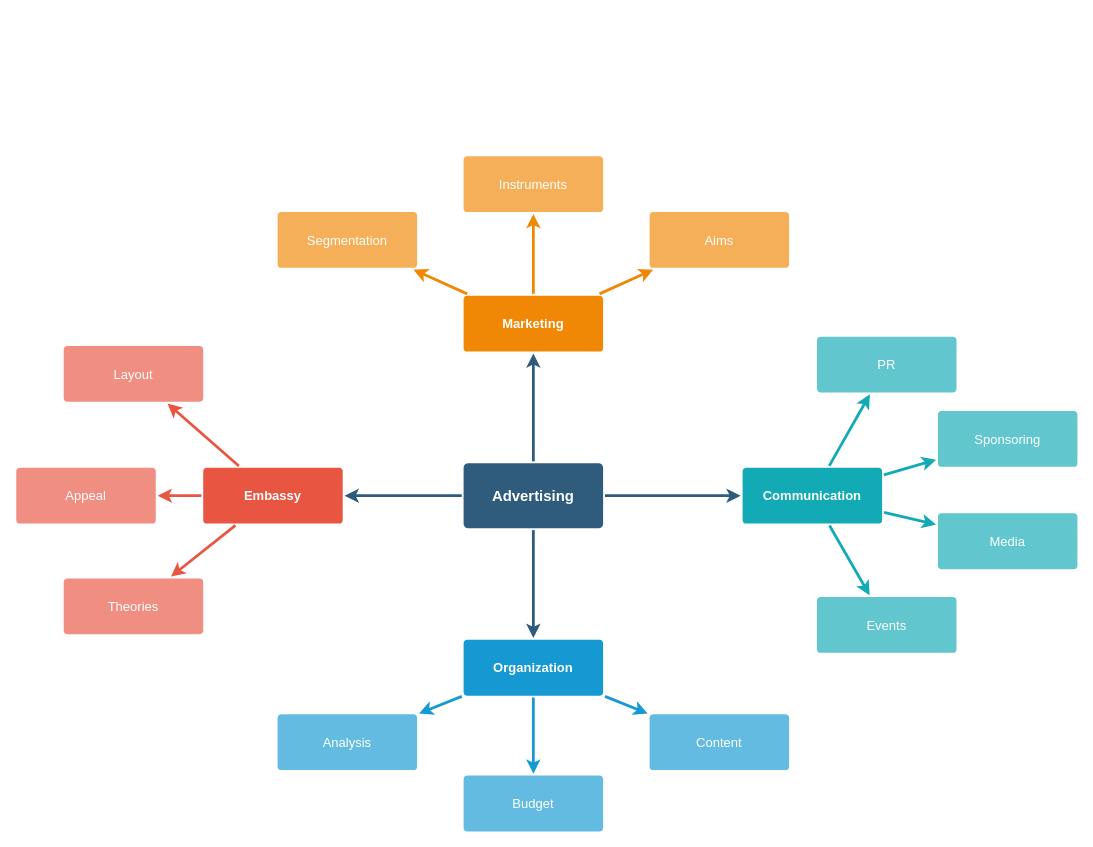
Above: Untitled Diagram.drawio in manisharj/datafiles (draw.io), before the change. Source tidied: cells renumbered, new cells numbered last; positions are measured from the earlier drawing's top-left corner, leaving out a move shared by most shapes. Both pictures are drawn from the tidied source at 93%, with x=0, y=0 at pixel (16, 155).
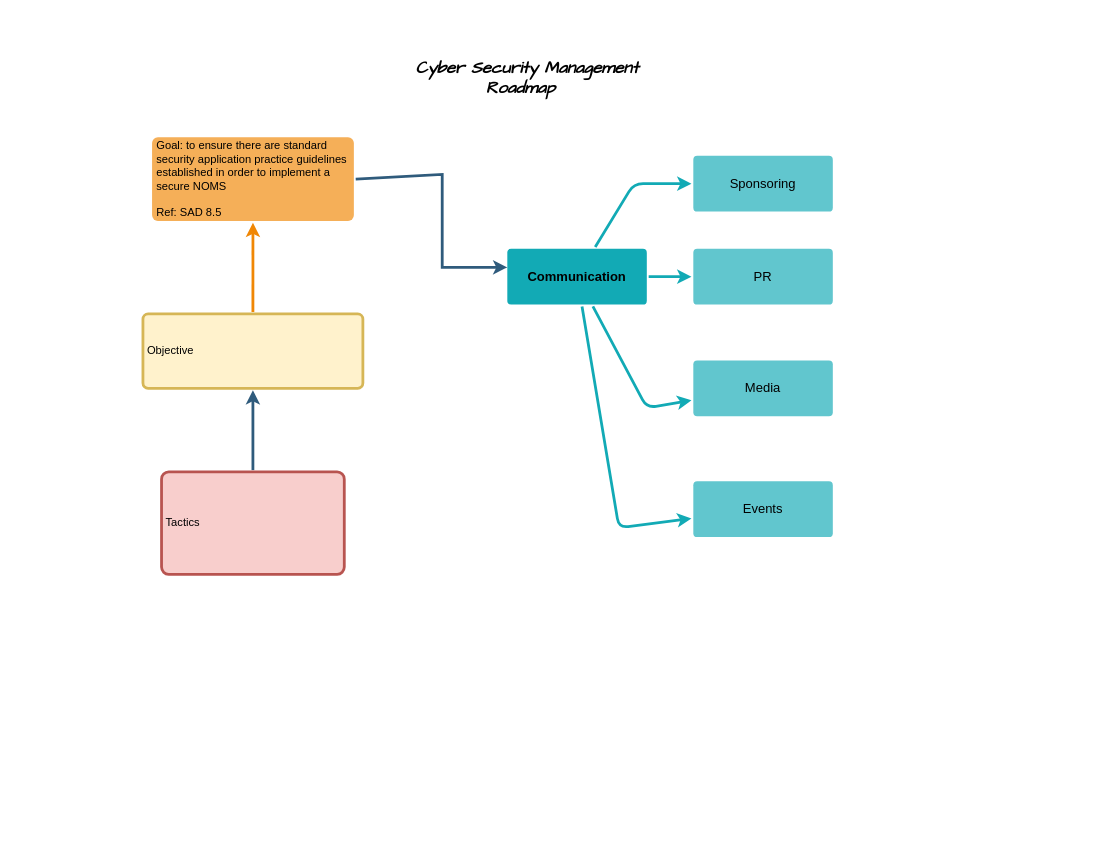
The same diagram, later.

Change to the diagram source:
```diff
@@
-    <mxCell id="3" style="edgeStyle=none;rounded=0;jumpStyle=none;html=1;shadow=0;labelBackgroundColor=none;startArrow=none;startFill=0;endArrow=classic;endFill=1;jettySize=auto;strokeColor=#2F5B7C;strokeWidth=3;fontFamily=Helvetica;fontSize=16;fontColor=#23445D;spacing=5;" parent="1" edge="1" source="6" target="28">
-      <mxGeometry relative="1" as="geometry" />
+    <mxCell id="3" style="edgeStyle=none;rounded=0;jumpStyle=none;html=1;shadow=0;labelBackgroundColor=none;startArrow=none;startFill=0;endArrow=classic;endFill=1;jettySize=auto;strokeColor=#2F5B7C;strokeWidth=3;fontFamily=Helvetica;fontSize=16;fontColor=#23445D;spacing=5;exitX=1;exitY=0.5;exitDx=0;exitDy=0;" parent="1" edge="1" source="24">
+      <mxGeometry relative="1" as="geometry">
+        <mxPoint x="528" y="120" as="targetPoint" />
+        <Array as="points">
+          <mxPoint x="458" y="20" />
+          <mxPoint x="458" y="120" />
+        </Array>
+      </mxGeometry>
     </mxCell>
-    <mxCell id="4" style="edgeStyle=none;rounded=0;jumpStyle=none;html=1;shadow=0;labelBackgroundColor=none;startArrow=none;startFill=0;endArrow=classic;endFill=1;jettySize=auto;strokeColor=#2F5B7C;strokeWidth=3;fontFamily=Helvetica;fontSize=16;fontColor=#23445D;spacing=5;" parent="1" edge="1" source="6" target="17">
-      <mxGeometry relative="1" as="geometry" />
-    </mxCell>
-    <mxCell id="5" style="edgeStyle=none;rounded=0;jumpStyle=none;html=1;shadow=0;labelBackgroundColor=none;startArrow=none;startFill=0;endArrow=classic;endFill=1;jettySize=auto;strokeColor=#2F5B7C;strokeWidth=3;fontFamily=Helvetica;fontSize=16;fontColor=#23445D;spacing=5;" parent="1" edge="1" source="6" target="10">
-      <mxGeometry relative="1" as="geometry" />
-    </mxCell>
-    <mxCell id="6" value="Advertising" style="rounded=1;whiteSpace=wrap;html=1;shadow=0;labelBackgroundColor=none;strokeColor=none;strokeWidth=3;fillColor=#2F5B7C;fontFamily=Helvetica;fontSize=16;fontColor=#FFFFFF;align=center;fontStyle=1;spacing=5;arcSize=7;perimeterSpacing=2;" parent="1" vertex="1">
-      <mxGeometry x="481" y="330.5" width="150" height="70" as="geometry" />
+    <mxCell id="6" value="Tactics" style="rounded=1;whiteSpace=wrap;html=1;shadow=0;labelBackgroundColor=none;strokeColor=#b85450;strokeWidth=3;fillColor=#f8cecc;fontFamily=Helvetica;fontSize=12;align=left;fontStyle=0;spacing=5;arcSize=7;perimeterSpacing=2;" parent="1" vertex="1">
+      <mxGeometry x="156.2" y="340" width="196.5" height="110" as="geometry" />
     </mxCell>
-    <mxCell id="7" style="edgeStyle=none;rounded=1;jumpStyle=none;html=1;shadow=0;labelBackgroundColor=none;startArrow=none;startFill=0;jettySize=auto;strokeColor=#E85642;strokeWidth=3;fontFamily=Helvetica;fontSize=14;fontColor=#FFFFFF;spacing=5;fontStyle=1;fillColor=#b0e3e6;" parent="1" edge="1" source="10" target="13">
-      <mxGeometry relative="1" as="geometry" />
-    </mxCell>
-    <mxCell id="8" style="edgeStyle=none;rounded=1;jumpStyle=none;html=1;shadow=0;labelBackgroundColor=none;startArrow=none;startFill=0;jettySize=auto;strokeColor=#E85642;strokeWidth=3;fontFamily=Helvetica;fontSize=14;fontColor=#FFFFFF;spacing=5;fontStyle=1;fillColor=#b0e3e6;" parent="1" edge="1" source="10" target="12">
-      <mxGeometry relative="1" as="geometry" />
-    </mxCell>
-    <mxCell id="9" style="edgeStyle=none;rounded=1;jumpStyle=none;html=1;shadow=0;labelBackgroundColor=none;startArrow=none;startFill=0;jettySize=auto;strokeColor=#E85642;strokeWidth=3;fontFamily=Helvetica;fontSize=14;fontColor=#FFFFFF;spacing=5;fontStyle=1;fillColor=#b0e3e6;" parent="1" edge="1" source="10" target="11">
-      <mxGeometry relative="1" as="geometry" />
-    </mxCell>
-    <mxCell id="10" value="Embassy" style="rounded=1;whiteSpace=wrap;html=1;shadow=0;labelBackgroundColor=none;strokeColor=none;strokeWidth=3;fillColor=#e85642;fontFamily=Helvetica;fontSize=14;fontColor=#FFFFFF;align=center;spacing=5;fontStyle=1;arcSize=7;perimeterSpacing=2;" parent="1" vertex="1">
-      <mxGeometry x="201" y="335.5" width="150" height="60" as="geometry" />
-    </mxCell>
-    <mxCell id="11" value="Theories" style="rounded=1;whiteSpace=wrap;html=1;shadow=0;labelBackgroundColor=none;strokeColor=none;strokeWidth=3;fillColor=#f08e81;fontFamily=Helvetica;fontSize=14;fontColor=#FFFFFF;align=center;spacing=5;fontStyle=0;arcSize=7;perimeterSpacing=2;" parent="1" vertex="1">
-      <mxGeometry x="51" y="454.5" width="150" height="60" as="geometry" />
-    </mxCell>
-    <mxCell id="12" value="Appeal" style="rounded=1;whiteSpace=wrap;html=1;shadow=0;labelBackgroundColor=none;strokeColor=none;strokeWidth=3;fillColor=#f08e81;fontFamily=Helvetica;fontSize=14;fontColor=#FFFFFF;align=center;spacing=5;fontStyle=0;arcSize=7;perimeterSpacing=2;" parent="1" vertex="1">
-      <mxGeometry y="335.5" width="150" height="60" as="geometry" />
-    </mxCell>
-    <mxCell id="13" value="Layout" style="rounded=1;whiteSpace=wrap;html=1;shadow=0;labelBackgroundColor=none;strokeColor=none;strokeWidth=3;fillColor=#f08e81;fontFamily=Helvetica;fontSize=14;fontColor=#FFFFFF;align=center;spacing=5;fontStyle=0;arcSize=7;perimeterSpacing=2;" parent="1" vertex="1">
-      <mxGeometry x="51" y="204.5" width="150" height="60" as="geometry" />
-    </mxCell>
-    <mxCell id="14" style="edgeStyle=none;rounded=0;jumpStyle=none;html=1;shadow=0;labelBackgroundColor=none;startArrow=none;startFill=0;endArrow=classic;endFill=1;jettySize=auto;strokeColor=#1699D3;strokeWidth=3;fontFamily=Helvetica;fontSize=14;fontColor=#FFFFFF;spacing=5;" parent="1" edge="1" source="17" target="20">
-      <mxGeometry relative="1" as="geometry" />
-    </mxCell>
-    <mxCell id="15" style="edgeStyle=none;rounded=0;jumpStyle=none;html=1;shadow=0;labelBackgroundColor=none;startArrow=none;startFill=0;endArrow=classic;endFill=1;jettySize=auto;strokeColor=#1699D3;strokeWidth=3;fontFamily=Helvetica;fontSize=14;fontColor=#FFFFFF;spacing=5;" parent="1" edge="1" source="17" target="19">
-      <mxGeometry relative="1" as="geometry" />
-    </mxCell>
-    <mxCell id="16" style="edgeStyle=none;rounded=0;jumpStyle=none;html=1;shadow=0;labelBackgroundColor=none;startArrow=none;startFill=0;endArrow=classic;endFill=1;jettySize=auto;strokeColor=#1699D3;strokeWidth=3;fontFamily=Helvetica;fontSize=14;fontColor=#FFFFFF;spacing=5;" parent="1" edge="1" source="17" target="18">
-      <mxGeometry relative="1" as="geometry" />
-    </mxCell>
-    <mxCell id="17" value="Organization" style="rounded=1;whiteSpace=wrap;html=1;shadow=0;labelBackgroundColor=none;strokeColor=none;strokeWidth=3;fillColor=#1699d3;fontFamily=Helvetica;fontSize=14;fontColor=#FFFFFF;align=center;spacing=5;fontStyle=1;arcSize=7;perimeterSpacing=2;" parent="1" vertex="1">
-      <mxGeometry x="481" y="520.5" width="150" height="60" as="geometry" />
-    </mxCell>
-    <mxCell id="18" value="Content" style="rounded=1;whiteSpace=wrap;html=1;shadow=0;labelBackgroundColor=none;strokeColor=none;strokeWidth=3;fillColor=#64bbe2;fontFamily=Helvetica;fontSize=14;fontColor=#FFFFFF;align=center;spacing=5;arcSize=7;perimeterSpacing=2;" parent="1" vertex="1">
-      <mxGeometry x="681" y="600.5" width="150" height="60" as="geometry" />
-    </mxCell>
-    <mxCell id="19" value="Budget" style="rounded=1;whiteSpace=wrap;html=1;shadow=0;labelBackgroundColor=none;strokeColor=none;strokeWidth=3;fillColor=#64bbe2;fontFamily=Helvetica;fontSize=14;fontColor=#FFFFFF;align=center;spacing=5;arcSize=7;perimeterSpacing=2;" parent="1" vertex="1">
-      <mxGeometry x="481" y="666.5" width="150" height="60" as="geometry" />
-    </mxCell>
-    <mxCell id="20" value="Analysis" style="rounded=1;whiteSpace=wrap;html=1;shadow=0;labelBackgroundColor=none;strokeColor=none;strokeWidth=3;fillColor=#64bbe2;fontFamily=Helvetica;fontSize=14;fontColor=#FFFFFF;align=center;spacing=5;arcSize=7;perimeterSpacing=2;" parent="1" vertex="1">
-      <mxGeometry x="281" y="600.5" width="150" height="60" as="geometry" />
-    </mxCell>
-    <mxCell id="21" value="Marketing" style="rounded=1;whiteSpace=wrap;html=1;shadow=0;labelBackgroundColor=none;strokeColor=none;strokeWidth=3;fillColor=#F08705;fontFamily=Helvetica;fontSize=14;fontColor=#FFFFFF;align=center;spacing=5;fontStyle=1;arcSize=7;perimeterSpacing=2;" parent="1" vertex="1">
-      <mxGeometry x="481" y="150.5" width="150" height="60" as="geometry" />
+    <mxCell id="21" value="Objective" style="rounded=1;whiteSpace=wrap;html=1;shadow=0;labelBackgroundColor=none;strokeColor=#d6b656;strokeWidth=3;fillColor=#fff2cc;fontFamily=Helvetica;fontSize=12;align=left;spacing=5;fontStyle=0;arcSize=7;perimeterSpacing=2;" parent="1" vertex="1">
+      <mxGeometry x="136.2" y="170" width="236.5" height="80" as="geometry" />
     </mxCell>
-    <mxCell id="22" value="Aims&lt;br&gt;" style="rounded=1;whiteSpace=wrap;html=1;shadow=0;labelBackgroundColor=none;strokeColor=none;strokeWidth=3;fillColor=#f5af58;fontFamily=Helvetica;fontSize=14;fontColor=#FFFFFF;align=center;spacing=5;arcSize=7;perimeterSpacing=2;" parent="1" vertex="1">
-      <mxGeometry x="681" y="60.5" width="150" height="60" as="geometry" />
-    </mxCell>
-    <mxCell id="23" style="edgeStyle=none;rounded=0;jumpStyle=none;html=1;shadow=0;labelBackgroundColor=none;startArrow=none;startFill=0;endArrow=classic;endFill=1;jettySize=auto;strokeColor=#F08705;strokeWidth=3;fontFamily=Helvetica;fontSize=14;fontColor=#FFFFFF;spacing=5;" parent="1" edge="1" source="21" target="22">
-      <mxGeometry relative="1" as="geometry" />
-    </mxCell>
-    <mxCell id="24" value="Instruments" style="rounded=1;whiteSpace=wrap;html=1;shadow=0;labelBackgroundColor=none;strokeColor=none;strokeWidth=3;fillColor=#f5af58;fontFamily=Helvetica;fontSize=14;fontColor=#FFFFFF;align=center;spacing=5;arcSize=7;perimeterSpacing=2;" parent="1" vertex="1">
-      <mxGeometry x="481" y="0.5" width="150" height="60" as="geometry" />
+    <mxCell id="24" value="Goal: to ensure there are standard security application practice guidelines established in order to implement a secure NOMS&lt;br style=&quot;font-size: 12px;&quot;&gt;&lt;br style=&quot;font-size: 12px;&quot;&gt;Ref: SAD 8.5" style="rounded=1;whiteSpace=wrap;html=1;shadow=0;labelBackgroundColor=none;strokeColor=none;strokeWidth=3;fillColor=#f5af58;fontFamily=Helvetica;fontSize=12;align=left;spacing=5;arcSize=7;perimeterSpacing=2;" parent="1" vertex="1">
+      <mxGeometry x="146" y="-20" width="217" height="90" as="geometry" />
     </mxCell>
@@
-    <mxCell id="26" value="Segmentation" style="rounded=1;whiteSpace=wrap;html=1;shadow=0;labelBackgroundColor=none;strokeColor=none;strokeWidth=3;fillColor=#f5af58;fontFamily=Helvetica;fontSize=14;fontColor=#FFFFFF;align=center;spacing=5;arcSize=7;perimeterSpacing=2;" parent="1" vertex="1">
-      <mxGeometry x="281" y="60.5" width="150" height="60" as="geometry" />
-    </mxCell>
-    <mxCell id="27" style="edgeStyle=none;rounded=0;jumpStyle=none;html=1;shadow=0;labelBackgroundColor=none;startArrow=none;startFill=0;endArrow=classic;endFill=1;jettySize=auto;strokeColor=#F08705;strokeWidth=3;fontFamily=Helvetica;fontSize=14;fontColor=#FFFFFF;spacing=5;" parent="1" edge="1" source="21" target="26">
-      <mxGeometry relative="1" as="geometry" />
-    </mxCell>
-    <mxCell id="28" value="Communication" style="rounded=1;whiteSpace=wrap;html=1;shadow=0;labelBackgroundColor=none;strokeColor=none;strokeWidth=3;fillColor=#12aab5;fontFamily=Helvetica;fontSize=14;fontColor=#FFFFFF;align=center;spacing=5;fontStyle=1;arcSize=7;perimeterSpacing=2;" parent="1" vertex="1">
-      <mxGeometry x="781" y="335.5" width="150" height="60" as="geometry" />
+    <mxCell id="28" value="Communication" style="rounded=1;whiteSpace=wrap;html=1;shadow=0;labelBackgroundColor=none;strokeColor=none;strokeWidth=3;fillColor=#12aab5;fontFamily=Helvetica;fontSize=14;align=center;spacing=5;fontStyle=1;arcSize=7;perimeterSpacing=2;" parent="1" vertex="1">
+      <mxGeometry x="528" y="100" width="150" height="60" as="geometry" />
     </mxCell>
-    <mxCell id="29" value="Events" style="rounded=1;whiteSpace=wrap;html=1;shadow=0;labelBackgroundColor=none;strokeColor=none;strokeWidth=3;fillColor=#61c6ce;fontFamily=Helvetica;fontSize=14;fontColor=#FFFFFF;align=center;spacing=5;fontStyle=0;arcSize=7;perimeterSpacing=2;" parent="1" vertex="1">
-      <mxGeometry x="861" y="474.5" width="150" height="60" as="geometry" />
+    <mxCell id="29" value="Events" style="rounded=1;whiteSpace=wrap;html=1;shadow=0;labelBackgroundColor=none;strokeColor=none;strokeWidth=3;fillColor=#61c6ce;fontFamily=Helvetica;fontSize=14;align=center;spacing=5;fontStyle=0;arcSize=7;perimeterSpacing=2;" parent="1" vertex="1">
+      <mxGeometry x="728" y="350" width="150" height="60" as="geometry" />
     </mxCell>
     <mxCell id="30" style="edgeStyle=none;rounded=1;jumpStyle=none;html=1;shadow=0;labelBackgroundColor=none;startArrow=none;startFill=0;jettySize=auto;strokeColor=#12AAB5;strokeWidth=3;fontFamily=Helvetica;fontSize=14;fontColor=#FFFFFF;spacing=5;fontStyle=1;fillColor=#b0e3e6;" parent="1" edge="1" source="28" target="29">
-      <mxGeometry relative="1" as="geometry" />
+      <mxGeometry relative="1" as="geometry">
+        <Array as="points">
+          <mxPoint x="648" y="400" />
+        </Array>
+      </mxGeometry>
     </mxCell>
-    <mxCell id="31" value="Media" style="rounded=1;whiteSpace=wrap;html=1;shadow=0;labelBackgroundColor=none;strokeColor=none;strokeWidth=3;fillColor=#61c6ce;fontFamily=Helvetica;fontSize=14;fontColor=#FFFFFF;align=center;spacing=5;fontStyle=0;arcSize=7;perimeterSpacing=2;" parent="1" vertex="1">
-      <mxGeometry x="991" y="384.5" width="150" height="60" as="geometry" />
+    <mxCell id="31" value="Media" style="rounded=1;whiteSpace=wrap;html=1;shadow=0;labelBackgroundColor=none;strokeColor=none;strokeWidth=3;fillColor=#61c6ce;fontFamily=Helvetica;fontSize=14;align=center;spacing=5;fontStyle=0;arcSize=7;perimeterSpacing=2;" parent="1" vertex="1">
+      <mxGeometry x="728" y="220" width="150" height="60" as="geometry" />
     </mxCell>
     <mxCell id="32" style="edgeStyle=none;rounded=1;jumpStyle=none;html=1;shadow=0;labelBackgroundColor=none;startArrow=none;startFill=0;jettySize=auto;strokeColor=#12AAB5;strokeWidth=3;fontFamily=Helvetica;fontSize=14;fontColor=#FFFFFF;spacing=5;fontStyle=1;fillColor=#b0e3e6;" parent="1" edge="1" source="28" target="31">
-      <mxGeometry relative="1" as="geometry" />
+      <mxGeometry relative="1" as="geometry">
+        <Array as="points">
+          <mxPoint x="678" y="271" />
+        </Array>
+      </mxGeometry>
     </mxCell>
-    <mxCell id="33" value="Sponsoring" style="rounded=1;whiteSpace=wrap;html=1;shadow=0;labelBackgroundColor=none;strokeColor=none;strokeWidth=3;fillColor=#61c6ce;fontFamily=Helvetica;fontSize=14;fontColor=#FFFFFF;align=center;spacing=5;fontStyle=0;arcSize=7;perimeterSpacing=2;" parent="1" vertex="1">
-      <mxGeometry x="991" y="274.5" width="150" height="60" as="geometry" />
+    <mxCell id="33" value="Sponsoring" style="rounded=1;whiteSpace=wrap;html=1;shadow=0;labelBackgroundColor=none;strokeColor=none;strokeWidth=3;fillColor=#61c6ce;fontFamily=Helvetica;fontSize=14;align=center;spacing=5;fontStyle=0;arcSize=7;perimeterSpacing=2;" parent="1" vertex="1">
+      <mxGeometry x="728" width="150" height="60" as="geometry" />
     </mxCell>
     <mxCell id="34" style="edgeStyle=none;rounded=1;jumpStyle=none;html=1;shadow=0;labelBackgroundColor=none;startArrow=none;startFill=0;jettySize=auto;strokeColor=#12AAB5;strokeWidth=3;fontFamily=Helvetica;fontSize=14;fontColor=#FFFFFF;spacing=5;fontStyle=1;fillColor=#b0e3e6;" parent="1" edge="1" source="28" target="33">
-      <mxGeometry relative="1" as="geometry" />
+      <mxGeometry relative="1" as="geometry">
+        <Array as="points">
+          <mxPoint x="664" y="30" />
+        </Array>
+      </mxGeometry>
     </mxCell>
-    <mxCell id="35" value="PR" style="rounded=1;whiteSpace=wrap;html=1;shadow=0;labelBackgroundColor=none;strokeColor=none;strokeWidth=3;fillColor=#61c6ce;fontFamily=Helvetica;fontSize=14;fontColor=#FFFFFF;align=center;spacing=5;fontStyle=0;arcSize=7;perimeterSpacing=2;" parent="1" vertex="1">
-      <mxGeometry x="861" y="194.5" width="150" height="60" as="geometry" />
+    <mxCell id="35" value="PR" style="rounded=1;whiteSpace=wrap;html=1;shadow=0;labelBackgroundColor=none;strokeColor=none;strokeWidth=3;fillColor=#61c6ce;fontFamily=Helvetica;fontSize=14;align=center;spacing=5;fontStyle=0;arcSize=7;perimeterSpacing=2;" parent="1" vertex="1">
+      <mxGeometry x="728" y="100" width="150" height="60" as="geometry" />
     </mxCell>
@@
+    <mxCell id="37" value="&lt;br style=&quot;font-size: 18px;&quot;&gt;&lt;br style=&quot;font-size: 18px;&quot;&gt;&lt;span style=&quot;font-size: 18px;&quot;&gt;&lt;b style=&quot;color: rgb(0, 0, 0); font-family: &amp;quot;comic sans ms&amp;quot;; font-size: 18px; font-style: normal; letter-spacing: normal; text-align: justify; text-indent: -9.46667px; text-transform: none; word-spacing: 0px;&quot;&gt;&lt;i style=&quot;font-size: 18px;&quot;&gt;&amp;nbsp; Cyber Security Management Roadmap&lt;/i&gt;&lt;/b&gt;&lt;br style=&quot;font-size: 18px;&quot;&gt;&lt;/span&gt;" style="text;html=1;strokeColor=none;fillColor=none;align=center;verticalAlign=middle;whiteSpace=wrap;rounded=0;fontFamily=Comic Sans MS;labelBackgroundColor=#FFFFFF;fontSize=18;" parent="1" vertex="1">
+      <mxGeometry x="396" y="-150" width="292.8" height="90" as="geometry" />
+    </mxCell>
```
